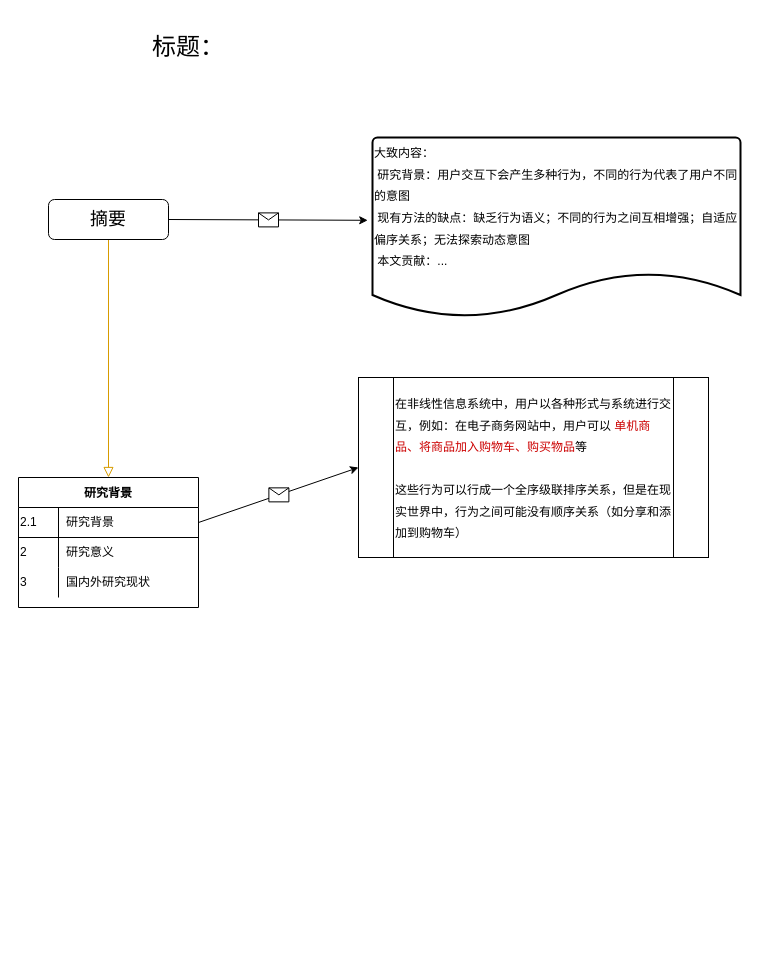
Earlier version of the draw.io diagram page "Page-1" (1 of 2) of Untitled Diagram.drawio (DreamTravelers/draw.io). Source tidied: cells renumbered, new cells numbered last; positions are measured from the earlier drawing's top-left corner, leaving out a move shared by most shapes. Both pictures are drawn from the tidied source at 100%, with x=0, y=0 at pixel (18, 17).
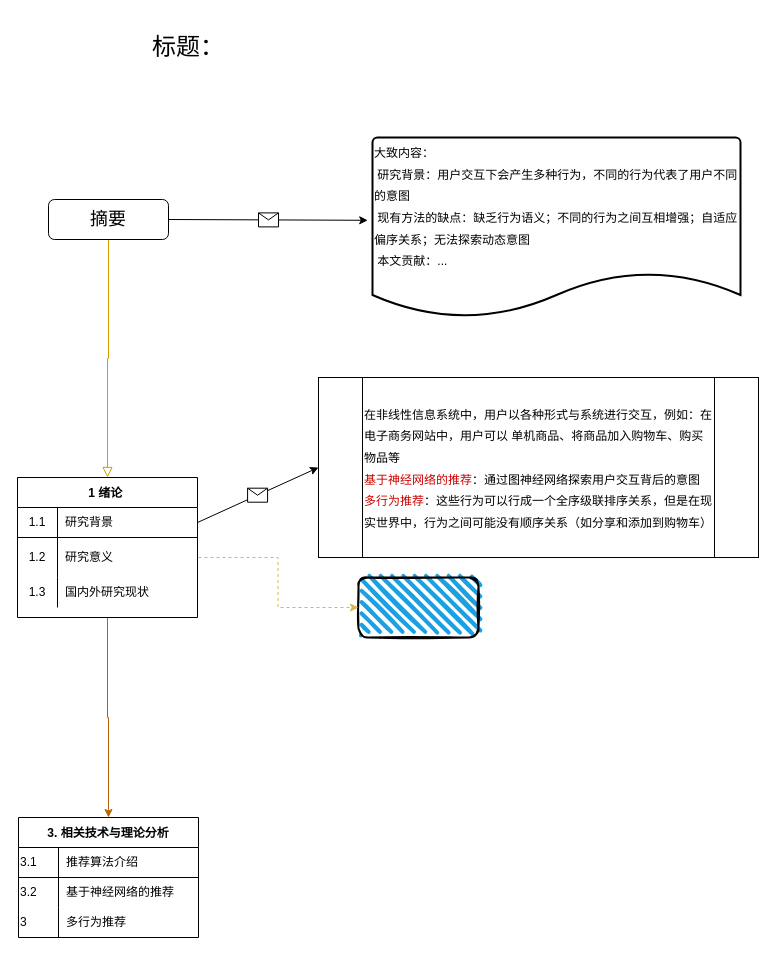
Above is the later version.

The change refers to these unchanged cells:
```xml
<mxCell id="12" style="shape=partialRectangle;html=1;whiteSpace=wrap;fillColor=none;top=0;left=0;bottom=1;right=0;points=[[0,0.5],[1,0.5]];portConstraint=eastwest;fontSize=12;fontColor=default;strokeColor=default;align=left;" parent="11" vertex="1">
  <mxGeometry y="30" width="180" height="30" as="geometry" />
</mxCell>
```

The edit, as a diff of the source:
```diff
@@
-    <mxCell id="10" value="&lt;font style=&quot;font-size: 12px&quot;&gt;在非线性信息系统中，用户以各种形式与系统进行交互，例如：在电子商务网站中，用户可以 &lt;font color=&quot;#cc0000&quot;&gt;单机商品、将商品加入购物车、购买物品&lt;/font&gt;等&lt;br&gt;&lt;br&gt;这些行为可以行成一个全序级联排序关系，但是在现实世界中，行为之间可能没有顺序关系（如分享和添加到购物车）&lt;br&gt;&lt;/font&gt;" style="shape=process;whiteSpace=wrap;html=1;backgroundOutline=1;fontSize=18;fontColor=default;strokeColor=default;fillColor=default;align=left;" parent="1" vertex="1">
-      <mxGeometry x="340" y="360" width="350" height="180" as="geometry" />
+    <mxCell id="10" value="&lt;font style=&quot;font-size: 12px&quot;&gt;在非线性信息系统中，用户以各种形式与系统进行交互，例如：在电子商务网站中，用户可以 &lt;font&gt;单机商品、将商品加入购物车、购买物品&lt;/font&gt;等&lt;br&gt;&lt;font color=&quot;#cc0000&quot;&gt;基于神经网络的推荐&lt;/font&gt;：通过图神经网络探索用户交互背后的意图&lt;br&gt;&lt;font color=&quot;#cc0000&quot;&gt;多行为推荐&lt;/font&gt;：这些行为可以行成一个全序级联排序关系，但是在现实世界中，行为之间可能没有顺序关系（如分享和添加到购物车）&lt;br&gt;&lt;/font&gt;" style="shape=process;whiteSpace=wrap;html=1;backgroundOutline=1;fontSize=18;fontColor=default;strokeColor=default;fillColor=default;align=left;" parent="1" vertex="1">
+      <mxGeometry x="300" y="360" width="440" height="180" as="geometry" />
     </mxCell>
+    <mxCell id="21" style="edgeStyle=orthogonalEdgeStyle;rounded=0;jettySize=auto;html=1;labelBackgroundColor=default;fontColor=default;fillColor=#fad7ac;strokeColor=#b46504;" parent="1" edge="1" source="11" target="24">
+      <mxGeometry relative="1" as="geometry" />
+    </mxCell>
-    <mxCell id="11" value="研究背景" style="shape=table;startSize=30;childLayout=tableLayout;rowLines=0;fontStyle=1;align=center;fontSize=12;fontColor=default;strokeColor=default;fillColor=default;" parent="1" vertex="1">
-      <mxGeometry y="460" width="180" height="130" as="geometry" />
+    <mxCell id="11" value="1 绪论 " style="shape=table;startSize=30;childLayout=tableLayout;rowLines=0;fontStyle=1;align=center;fontSize=12;fontColor=default;strokeColor=default;fillColor=default;" parent="1" vertex="1">
+      <mxGeometry x="-1" y="460" width="180" height="140" as="geometry" />
     </mxCell>
@@
-    <mxCell id="13" value="2.1" style="shape=partialRectangle;html=1;whiteSpace=wrap;fillColor=none;top=0;left=0;bottom=0;right=0;overflow=hidden;fontSize=12;fontColor=default;strokeColor=default;align=left;" parent="12" vertex="1">
+    <mxCell id="13" value="1.1" style="shape=partialRectangle;html=1;whiteSpace=wrap;fillColor=none;top=0;left=0;bottom=0;right=0;overflow=hidden;fontSize=12;fontColor=default;strokeColor=default;align=center;" parent="12" vertex="1">
       <mxGeometry width="40" height="30" as="geometry" />
     </mxCell>
@@
-    <mxCell id="15" style="shape=partialRectangle;html=1;whiteSpace=wrap;fillColor=none;top=0;left=0;bottom=0;right=0;points=[[0,0.5],[1,0.5]];portConstraint=eastwest;fontSize=12;fontColor=default;strokeColor=default;align=left;" parent="11" vertex="1">
-      <mxGeometry y="60" width="180" height="30" as="geometry" />
+    <mxCell id="15" style="shape=partialRectangle;html=1;whiteSpace=wrap;fillColor=none;top=0;left=0;bottom=0;right=0;points=[[0,0.5],[1,0.5]];portConstraint=eastwest;fontSize=12;fontColor=default;strokeColor=default;align=left;perimeterSpacing=1;" parent="11" vertex="1">
+      <mxGeometry y="60" width="180" height="40" as="geometry" />
     </mxCell>
-    <mxCell id="16" value="2" style="shape=partialRectangle;html=1;whiteSpace=wrap;fillColor=none;top=0;left=0;bottom=0;right=0;overflow=hidden;fontSize=12;fontColor=default;strokeColor=default;align=left;" parent="15" vertex="1">
-      <mxGeometry width="40" height="30" as="geometry" />
+    <mxCell id="16" value="1.2" style="shape=partialRectangle;html=1;whiteSpace=wrap;fillColor=none;top=0;left=0;bottom=0;right=0;overflow=hidden;fontSize=12;fontColor=default;strokeColor=default;align=center;" parent="15" vertex="1">
+      <mxGeometry width="40" height="40" as="geometry" />
     </mxCell>
     <mxCell id="17" value="研究意义" style="shape=partialRectangle;html=1;whiteSpace=wrap;fillColor=none;top=0;left=0;bottom=0;right=0;align=left;spacingLeft=6;overflow=hidden;fontSize=12;fontColor=default;strokeColor=default;" parent="15" vertex="1">
-      <mxGeometry x="40" width="140" height="30" as="geometry" />
+      <mxGeometry x="40" width="140" height="40" as="geometry" />
     </mxCell>
     <mxCell id="18" style="shape=partialRectangle;html=1;whiteSpace=wrap;fillColor=none;top=0;left=0;bottom=0;right=0;fontSize=12;fontColor=default;strokeColor=default;align=left;" parent="11" vertex="1">
-      <mxGeometry y="90" width="180" height="30" as="geometry" />
+      <mxGeometry y="100" width="180" height="30" as="geometry" />
     </mxCell>
-    <mxCell id="19" value="3" style="shape=partialRectangle;html=1;whiteSpace=wrap;fillColor=none;top=0;left=0;bottom=0;right=0;overflow=hidden;fontSize=12;fontColor=default;strokeColor=default;align=left;" parent="18" vertex="1">
+    <mxCell id="19" value="1.3" style="shape=partialRectangle;html=1;whiteSpace=wrap;fillColor=none;top=0;left=0;bottom=0;right=0;overflow=hidden;fontSize=12;fontColor=default;strokeColor=default;align=center;" parent="18" vertex="1">
       <mxGeometry width="40" height="30" as="geometry" />
     </mxCell>
@@
+    <mxCell id="22" style="rounded=1;whiteSpace=wrap;html=1;strokeWidth=2;fillWeight=4;hachureGap=8;hachureAngle=45;fillColor=#1ba1e2;sketch=1;strokeColor=default;fontColor=default;" parent="1" vertex="1">
+      <mxGeometry x="340" y="560" width="120" height="60" as="geometry" />
+    </mxCell>
+    <mxCell id="23" style="edgeStyle=orthogonalEdgeStyle;rounded=0;jettySize=auto;html=1;exitX=1;exitY=0.5;exitDx=0;exitDy=0;entryX=0;entryY=0.5;entryDx=0;entryDy=0;fontColor=default;fillColor=#fff2cc;strokeColor=#d6b656;labelBackgroundColor=default;dashed=1;" parent="1" edge="1" source="15" target="22">
+      <mxGeometry relative="1" as="geometry" />
+    </mxCell>
+    <mxCell id="24" value="3. 相关技术与理论分析" style="shape=table;startSize=30;childLayout=tableLayout;rowLines=0;fontStyle=1;align=center;fontSize=12;fontColor=default;strokeColor=default;fillColor=default;" parent="1" vertex="1">
+      <mxGeometry y="800" width="180" height="120" as="geometry" />
+    </mxCell>
+    <mxCell id="25" style="shape=partialRectangle;html=1;whiteSpace=wrap;fillColor=none;top=0;left=0;bottom=1;right=0;fontSize=12;fontColor=default;strokeColor=default;align=left;" parent="24" vertex="1">
+      <mxGeometry y="30" width="180" height="30" as="geometry" />
+    </mxCell>
+    <mxCell id="26" value="3.1" style="shape=partialRectangle;html=1;whiteSpace=wrap;fillColor=none;top=0;left=0;bottom=0;right=0;overflow=hidden;fontSize=12;fontColor=default;strokeColor=default;align=left;" parent="25" vertex="1">
+      <mxGeometry width="40" height="30" as="geometry" />
+    </mxCell>
+    <mxCell id="27" value="推荐算法介绍" style="shape=partialRectangle;html=1;whiteSpace=wrap;fillColor=none;top=0;left=0;bottom=0;right=0;align=left;spacingLeft=6;overflow=hidden;fontSize=12;fontColor=default;strokeColor=default;" parent="25" vertex="1">
+      <mxGeometry x="40" width="140" height="30" as="geometry" />
+    </mxCell>
+    <mxCell id="28" style="shape=partialRectangle;html=1;whiteSpace=wrap;fillColor=none;top=0;left=0;bottom=0;right=0;fontSize=12;fontColor=default;strokeColor=default;align=left;" parent="24" vertex="1">
+      <mxGeometry y="60" width="180" height="30" as="geometry" />
+    </mxCell>
+    <mxCell id="29" value="3.2" style="shape=partialRectangle;html=1;whiteSpace=wrap;fillColor=none;top=0;left=0;bottom=0;right=0;overflow=hidden;fontSize=12;fontColor=default;strokeColor=default;align=left;" parent="28" vertex="1">
+      <mxGeometry width="40" height="30" as="geometry" />
+    </mxCell>
+    <mxCell id="30" value="基于神经网络的推荐" style="shape=partialRectangle;html=1;whiteSpace=wrap;fillColor=none;top=0;left=0;bottom=0;right=0;align=left;spacingLeft=6;overflow=hidden;fontSize=12;fontColor=default;strokeColor=default;" parent="28" vertex="1">
+      <mxGeometry x="40" width="140" height="30" as="geometry" />
+    </mxCell>
+    <mxCell id="31" style="shape=partialRectangle;html=1;whiteSpace=wrap;fillColor=none;top=0;left=0;bottom=0;right=0;fontSize=12;fontColor=default;strokeColor=default;align=left;" parent="24" vertex="1">
+      <mxGeometry y="90" width="180" height="30" as="geometry" />
+    </mxCell>
+    <mxCell id="32" value="3" style="shape=partialRectangle;html=1;whiteSpace=wrap;fillColor=none;top=0;left=0;bottom=0;right=0;overflow=hidden;fontSize=12;fontColor=default;strokeColor=default;align=left;" parent="31" vertex="1">
+      <mxGeometry width="40" height="30" as="geometry" />
+    </mxCell>
+    <mxCell id="33" value="多行为推荐" style="shape=partialRectangle;html=1;whiteSpace=wrap;fillColor=none;top=0;left=0;bottom=0;right=0;align=left;spacingLeft=6;overflow=hidden;fontSize=12;fontColor=default;strokeColor=default;" parent="31" vertex="1">
+      <mxGeometry x="40" width="140" height="30" as="geometry" />
+    </mxCell>
```
